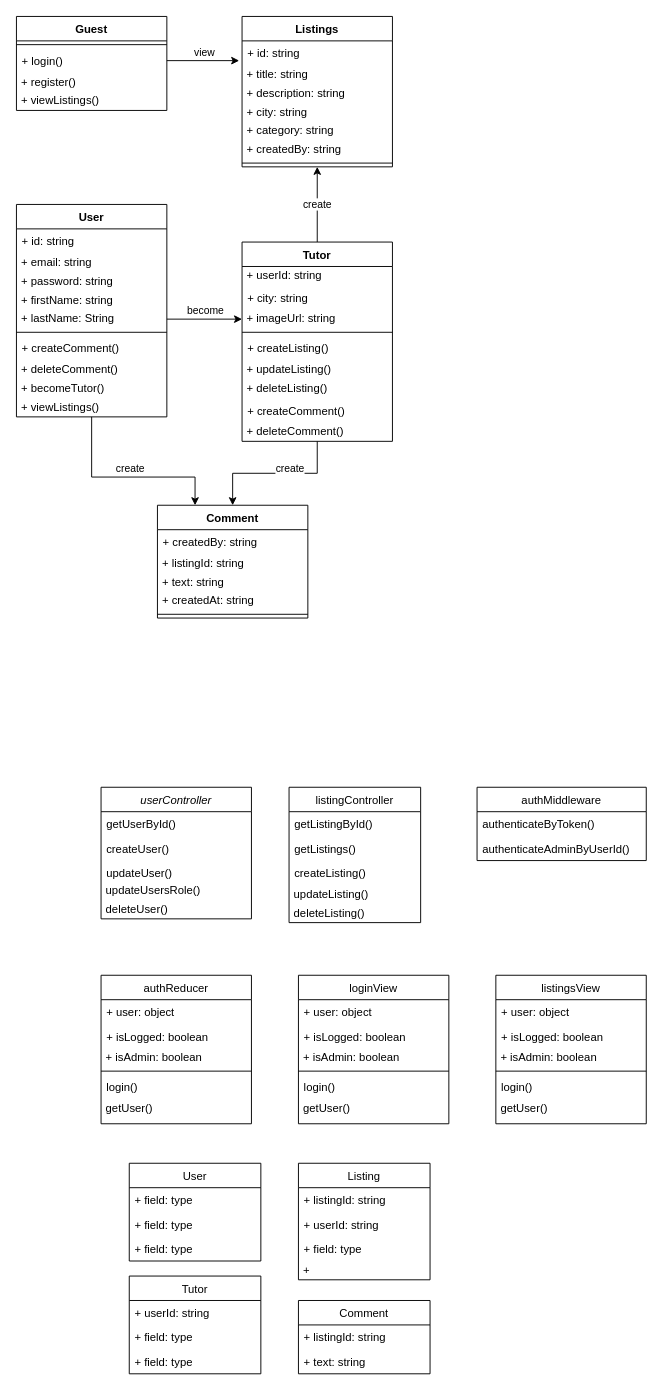
This is PSI_class_diagram.drawio from vortex200/tutor-finder-files, a draw.io file, before an edit. Source tidied: cells renumbered, new cells numbered last; positions are measured from the earlier drawing's top-left corner, leaving out a move shared by most shapes. Both pictures are drawn from the tidied source at 94%, with x=0, y=0 at pixel (16, 16).
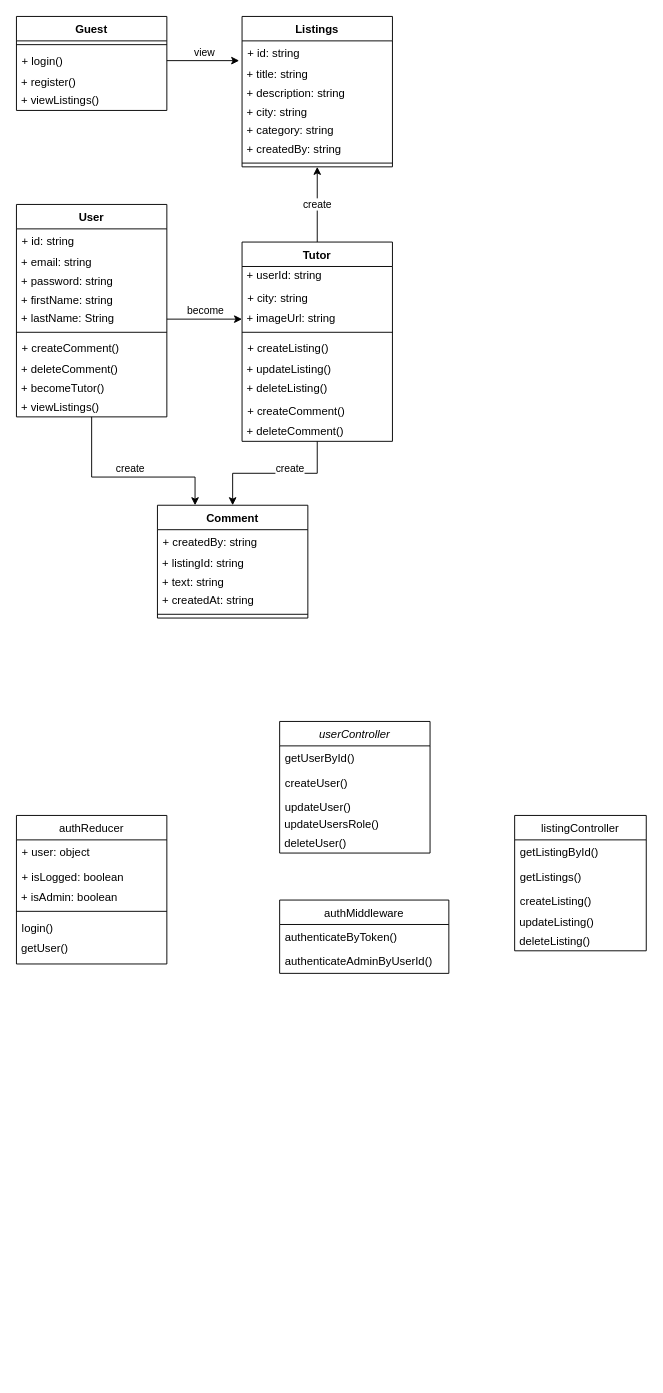
After the change.

The edit, as a diff of the source:
```diff
@@
     <mxCell id="2" value="userController" style="swimlane;fontStyle=2;align=center;verticalAlign=top;horizontal=1;startSize=26;rounded=0;shadow=0;strokeWidth=1;" parent="1" vertex="1">
-      <mxGeometry x="90" y="820" width="160" height="140" as="geometry" />
+      <mxGeometry x="280" y="750" width="160" height="140" as="geometry" />
     </mxCell>
@@
     <mxCell id="8" value="authReducer" style="swimlane;fontStyle=0;align=center;verticalAlign=top;horizontal=1;startSize=26;rounded=0;shadow=0;strokeWidth=1;" parent="1" vertex="1">
-      <mxGeometry x="90" y="1020" width="160" height="158" as="geometry" />
+      <mxGeometry y="850" width="160" height="158" as="geometry" />
     </mxCell>
@@
-    <mxCell id="15" value="User" style="swimlane;fontStyle=0;horizontal=1;startSize=26;fillColor=none;" parent="1" vertex="1">
-      <mxGeometry x="120" y="1220" width="140" height="104" as="geometry" />
-    </mxCell>
-    <mxCell id="16" value="+ field: type" style="text;strokeColor=none;fillColor=none;align=left;verticalAlign=top;spacingLeft=4;spacingRight=4;overflow=hidden;" parent="15" vertex="1">
-      <mxGeometry y="26" width="140" height="26" as="geometry" />
-    </mxCell>
-    <mxCell id="17" value="+ field: type" style="text;strokeColor=none;fillColor=none;align=left;verticalAlign=top;spacingLeft=4;spacingRight=4;overflow=hidden;" parent="15" vertex="1">
-      <mxGeometry y="52" width="140" height="26" as="geometry" />
-    </mxCell>
-    <mxCell id="18" value="+ field: type" style="text;strokeColor=none;fillColor=none;align=left;verticalAlign=top;spacingLeft=4;spacingRight=4;overflow=hidden;" parent="15" vertex="1">
-      <mxGeometry y="78" width="140" height="26" as="geometry" />
-    </mxCell>
-    <mxCell id="19" value="Listing" style="swimlane;fontStyle=0;horizontal=1;startSize=26;fillColor=none;" parent="1" vertex="1">
-      <mxGeometry x="300" y="1220" width="140" height="124" as="geometry" />
-    </mxCell>
-    <mxCell id="20" value="+ listingId: string" style="text;strokeColor=none;fillColor=none;align=left;verticalAlign=top;spacingLeft=4;spacingRight=4;overflow=hidden;" parent="19" vertex="1">
-      <mxGeometry y="26" width="140" height="26" as="geometry" />
-    </mxCell>
-    <mxCell id="21" value="+ userId: string" style="text;strokeColor=none;fillColor=none;align=left;verticalAlign=top;spacingLeft=4;spacingRight=4;overflow=hidden;" parent="19" vertex="1">
-      <mxGeometry y="52" width="140" height="26" as="geometry" />
-    </mxCell>
-    <mxCell id="22" value="+ field: type" style="text;strokeColor=none;fillColor=none;align=left;verticalAlign=top;spacingLeft=4;spacingRight=4;overflow=hidden;" parent="19" vertex="1">
-      <mxGeometry y="78" width="140" height="26" as="geometry" />
-    </mxCell>
-    <mxCell id="23" value="&amp;nbsp;+&amp;nbsp;" style="text;html=1;strokeColor=none;fillColor=none;align=left;verticalAlign=middle;whiteSpace=wrap;rounded=0;" parent="19" vertex="1">
-      <mxGeometry y="104" width="140" height="20" as="geometry" />
-    </mxCell>
-    <mxCell id="24" value="Tutor" style="swimlane;fontStyle=0;horizontal=1;startSize=26;fillColor=none;" parent="1" vertex="1">
-      <mxGeometry x="120" y="1340" width="140" height="104" as="geometry" />
-    </mxCell>
-    <mxCell id="25" value="+ userId: string" style="text;strokeColor=none;fillColor=none;align=left;verticalAlign=top;spacingLeft=4;spacingRight=4;overflow=hidden;" parent="24" vertex="1">
-      <mxGeometry y="26" width="140" height="26" as="geometry" />
-    </mxCell>
-    <mxCell id="26" value="+ field: type" style="text;strokeColor=none;fillColor=none;align=left;verticalAlign=top;spacingLeft=4;spacingRight=4;overflow=hidden;" parent="24" vertex="1">
-      <mxGeometry y="52" width="140" height="26" as="geometry" />
-    </mxCell>
-    <mxCell id="27" value="+ field: type" style="text;strokeColor=none;fillColor=none;align=left;verticalAlign=top;spacingLeft=4;spacingRight=4;overflow=hidden;" parent="24" vertex="1">
-      <mxGeometry y="78" width="140" height="26" as="geometry" />
-    </mxCell>
-    <mxCell id="28" value="Comment" style="swimlane;fontStyle=0;horizontal=1;startSize=26;fillColor=none;" parent="1" vertex="1">
-      <mxGeometry x="300" y="1366" width="140" height="78" as="geometry" />
-    </mxCell>
-    <mxCell id="29" value="+ listingId: string" style="text;strokeColor=none;fillColor=none;align=left;verticalAlign=top;spacingLeft=4;spacingRight=4;overflow=hidden;" parent="28" vertex="1">
-      <mxGeometry y="26" width="140" height="26" as="geometry" />
-    </mxCell>
-    <mxCell id="30" value="+ text: string" style="text;strokeColor=none;fillColor=none;align=left;verticalAlign=top;spacingLeft=4;spacingRight=4;overflow=hidden;" parent="28" vertex="1">
-      <mxGeometry y="52" width="140" height="26" as="geometry" />
-    </mxCell>
     <mxCell id="31" value="listingController" style="swimlane;fontStyle=0;horizontal=1;startSize=26;fillColor=none;" parent="1" vertex="1">
-      <mxGeometry x="290" y="820" width="140" height="144" as="geometry" />
+      <mxGeometry x="530" y="850" width="140" height="144" as="geometry" />
     </mxCell>
@@
     <mxCell id="37" value="authMiddleware" style="swimlane;fontStyle=0;horizontal=1;startSize=26;fillColor=none;" parent="1" vertex="1">
-      <mxGeometry x="490" y="820" width="180" height="78" as="geometry" />
+      <mxGeometry x="280" y="940" width="180" height="78" as="geometry" />
     </mxCell>
@@
-    <mxCell id="40" value="loginView" style="swimlane;fontStyle=0;align=center;verticalAlign=top;horizontal=1;startSize=26;rounded=0;shadow=0;strokeWidth=1;" parent="1" vertex="1">
-      <mxGeometry x="300" y="1020" width="160" height="158" as="geometry" />
-    </mxCell>
-    <mxCell id="41" value="+ user: object" style="text;align=left;verticalAlign=top;spacingLeft=4;spacingRight=4;overflow=hidden;" parent="40" vertex="1">
-      <mxGeometry y="26" width="160" height="26" as="geometry" />
-    </mxCell>
-    <mxCell id="42" value="+ isLogged: boolean" style="text;align=left;verticalAlign=top;spacingLeft=4;spacingRight=4;overflow=hidden;rounded=0;shadow=0;html=0;" parent="40" vertex="1">
-      <mxGeometry y="52" width="160" height="26" as="geometry" />
-    </mxCell>
-    <mxCell id="43" value="&amp;nbsp;+ isAdmin: boolean" style="text;html=1;strokeColor=none;fillColor=none;align=left;verticalAlign=middle;whiteSpace=wrap;rounded=0;" parent="40" vertex="1">
-      <mxGeometry y="78" width="160" height="20" as="geometry" />
-    </mxCell>
-    <mxCell id="44" style="line;html=1;strokeWidth=1;align=left;verticalAlign=middle;spacingTop=-1;spacingLeft=3;spacingRight=3;labelPosition=right;" parent="40" vertex="1">
-      <mxGeometry y="98" width="160" height="8" as="geometry" />
-    </mxCell>
-    <mxCell id="45" value="login()" style="text;align=left;verticalAlign=top;spacingLeft=4;spacingRight=4;overflow=hidden;" parent="40" vertex="1">
-      <mxGeometry y="106" width="160" height="26" as="geometry" />
-    </mxCell>
-    <mxCell id="46" value="&amp;nbsp;getUser()" style="text;html=1;strokeColor=none;fillColor=none;align=left;verticalAlign=middle;whiteSpace=wrap;rounded=0;" parent="40" vertex="1">
-      <mxGeometry y="132" width="160" height="20" as="geometry" />
-    </mxCell>
-    <mxCell id="47" value="listingsView" style="swimlane;fontStyle=0;align=center;verticalAlign=top;horizontal=1;startSize=26;rounded=0;shadow=0;strokeWidth=1;" parent="1" vertex="1">
-      <mxGeometry x="510" y="1020" width="160" height="158" as="geometry" />
-    </mxCell>
-    <mxCell id="48" value="+ user: object" style="text;align=left;verticalAlign=top;spacingLeft=4;spacingRight=4;overflow=hidden;" parent="47" vertex="1">
-      <mxGeometry y="26" width="160" height="26" as="geometry" />
-    </mxCell>
-    <mxCell id="49" value="+ isLogged: boolean" style="text;align=left;verticalAlign=top;spacingLeft=4;spacingRight=4;overflow=hidden;rounded=0;shadow=0;html=0;" parent="47" vertex="1">
-      <mxGeometry y="52" width="160" height="26" as="geometry" />
-    </mxCell>
-    <mxCell id="50" value="&amp;nbsp;+ isAdmin: boolean" style="text;html=1;strokeColor=none;fillColor=none;align=left;verticalAlign=middle;whiteSpace=wrap;rounded=0;" parent="47" vertex="1">
-      <mxGeometry y="78" width="160" height="20" as="geometry" />
-    </mxCell>
-    <mxCell id="51" style="line;html=1;strokeWidth=1;align=left;verticalAlign=middle;spacingTop=-1;spacingLeft=3;spacingRight=3;labelPosition=right;" parent="47" vertex="1">
-      <mxGeometry y="98" width="160" height="8" as="geometry" />
-    </mxCell>
-    <mxCell id="52" value="login()" style="text;align=left;verticalAlign=top;spacingLeft=4;spacingRight=4;overflow=hidden;" parent="47" vertex="1">
-      <mxGeometry y="106" width="160" height="26" as="geometry" />
-    </mxCell>
-    <mxCell id="53" value="&amp;nbsp;getUser()" style="text;html=1;strokeColor=none;fillColor=none;align=left;verticalAlign=middle;whiteSpace=wrap;rounded=0;" parent="47" vertex="1">
-      <mxGeometry y="132" width="160" height="20" as="geometry" />
-    </mxCell>
```
